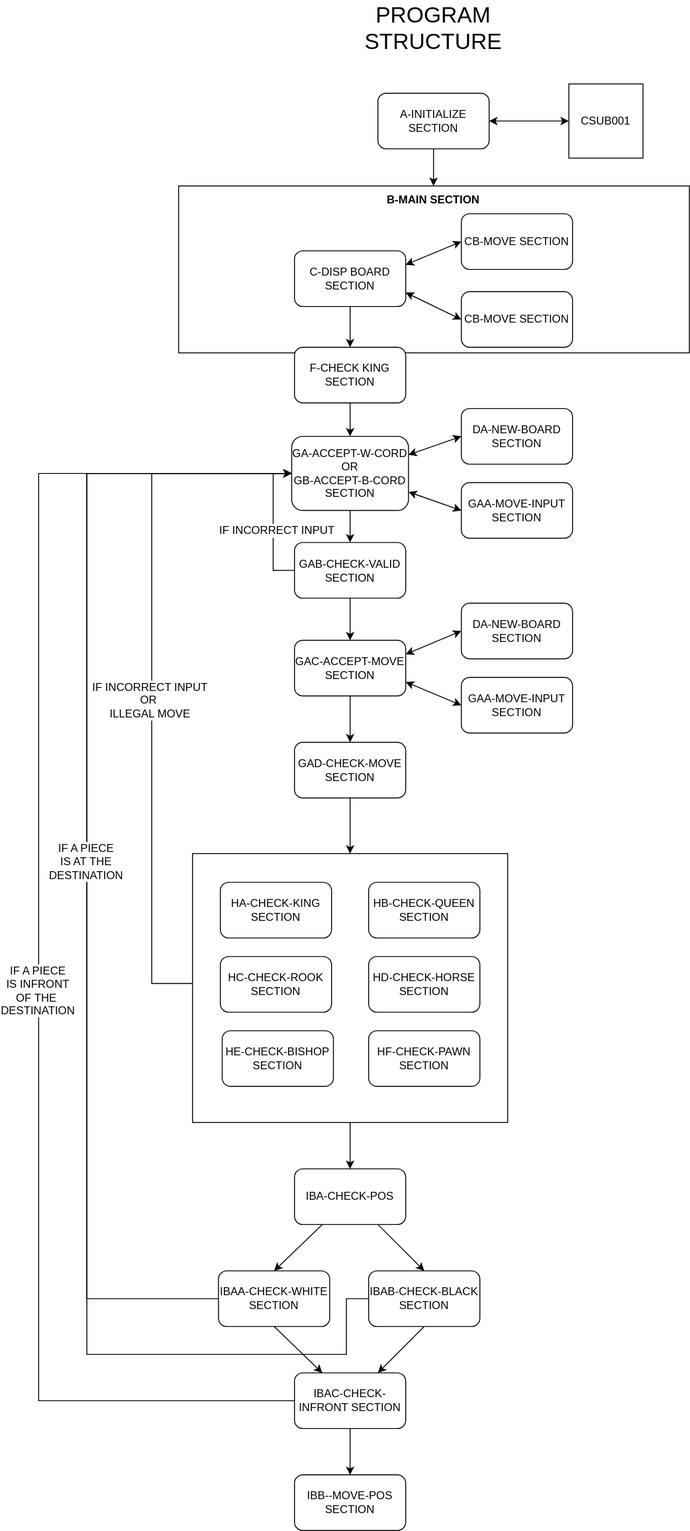
Before: COBOL_Chess_Flow_Chart.drawio.svg, a diagram exported from draw.io (AntonBystedt/COBOL-CHESS). Source tidied: cells renumbered, new cells last; positions are measured from the earlier drawing's top-left corner, leaving out a move shared by most shapes.
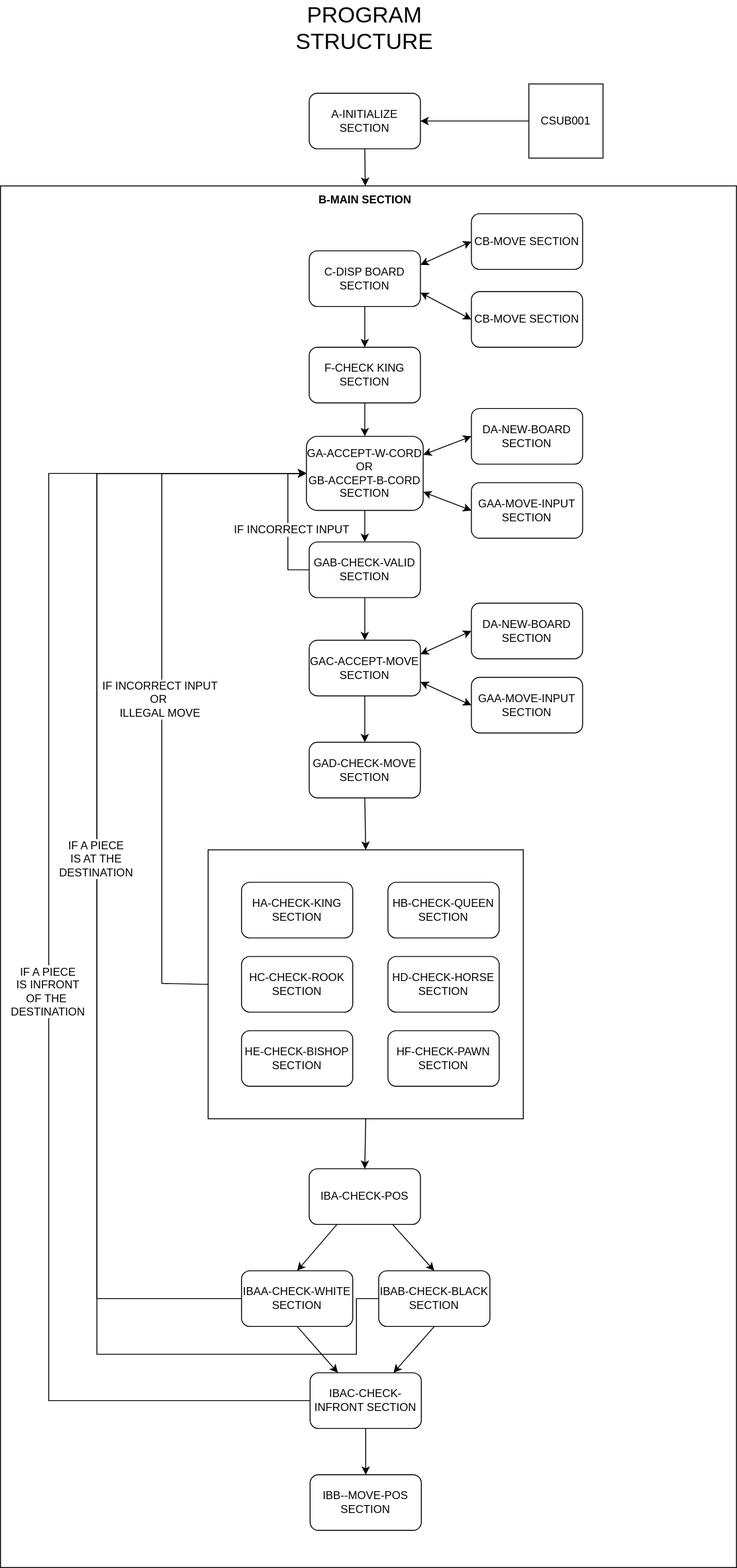
The same file after the commit.

The edit, as a diff of the source:
```diff
@@ -2,6 +2,9 @@
   <root>
     <mxCell id="0" />
     <mxCell id="1" parent="0" />
+    <mxCell id="5" style="rounded=0;whiteSpace=wrap;html=1;glass=0;fillColor=none;" parent="1" vertex="1">
+      <mxGeometry x="-52" y="200" width="794" height="1490" as="geometry" />
+    </mxCell>
     <mxCell id="2" style="edgeStyle=orthogonalEdgeStyle;rounded=0;jettySize=auto;html=1;entryX=0;entryY=0.5;entryDx=0;entryDy=0;fontSize=12;exitX=0;exitY=0.5;exitDx=0;exitDy=0;" parent="1" edge="1" source="4" target="18">
       <mxGeometry relative="1" as="geometry">
         <Array as="points">
@@ -15,16 +18,13 @@
       <mxGeometry x="-0.06" y="3" relative="1" as="geometry" />
     </mxCell>
     <mxCell id="4" style="rounded=0;whiteSpace=wrap;html=1;fontSize=12;" parent="1" vertex="1">
-      <mxGeometry x="166" y="920" width="340" height="290" as="geometry" />
+      <mxGeometry x="172" y="916" width="340" height="290" as="geometry" />
     </mxCell>
-    <mxCell id="5" style="rounded=0;whiteSpace=wrap;html=1;glass=0;fillColor=none;" parent="1" vertex="1">
-      <mxGeometry x="151" y="200" width="551" height="180" as="geometry" />
-    </mxCell>
     <mxCell id="6" value="A-INITIALIZE SECTION" style="rounded=1;whiteSpace=wrap;html=1;" parent="1" vertex="1">
-      <mxGeometry x="366" y="100" width="120" height="60" as="geometry" />
+      <mxGeometry x="281" y="100" width="120" height="60" as="geometry" />
     </mxCell>
     <mxCell id="7" value="&lt;font style=&quot;font-size: 24px;&quot;&gt;PROGRAM STRUCTURE&lt;/font&gt;" style="text;html=1;strokeColor=none;fillColor=none;align=center;verticalAlign=middle;whiteSpace=wrap;rounded=0;" parent="1" vertex="1">
-      <mxGeometry x="314" width="224" height="60" as="geometry" />
+      <mxGeometry x="229" width="224" height="60" as="geometry" />
     </mxCell>
     <mxCell id="8" style="endArrow=classic;startArrow=classic;html=1;rounded=0;entryX=1;entryY=0.5;entryDx=0;entryDy=0;" parent="1" edge="1" target="6">
       <mxGeometry relative="1" as="geometry">
@@ -35,18 +35,16 @@
       </mxGeometry>
     </mxCell>
     <mxCell id="9" value="CSUB001" style="whiteSpace=wrap;html=1;" parent="1" vertex="1">
-      <mxGeometry x="572" y="90" width="80" height="80" as="geometry" />
+      <mxGeometry x="518" y="90" width="80" height="80" as="geometry" />
     </mxCell>
-    <mxCell id="10" style="endArrow=classic;html=1;rounded=0;entryX=0.5;entryY=0;entryDx=0;entryDy=0;exitX=0.5;exitY=1;exitDx=0;exitDy=0;" parent="1" edge="1" source="6">
-      <mxGeometry relative="1" as="geometry">
-        <mxPoint x="426" y="200" as="targetPoint" />
-      </mxGeometry>
+    <mxCell id="10" style="endArrow=classic;html=1;rounded=0;entryX=0.5;entryY=0;entryDx=0;entryDy=0;exitX=0.5;exitY=1;exitDx=0;exitDy=0;" parent="1" edge="1" source="6" target="12">
+      <mxGeometry relative="1" as="geometry" />
     </mxCell>
     <mxCell id="11" value="C-DISP BOARD SECTION" style="rounded=1;whiteSpace=wrap;html=1;" parent="1" vertex="1">
-      <mxGeometry x="276" y="270" width="120" height="60" as="geometry" />
+      <mxGeometry x="281" y="270" width="120" height="60" as="geometry" />
     </mxCell>
     <mxCell id="12" value="&lt;b&gt;B-MAIN SECTION&lt;/b&gt;" style="text;html=1;strokeColor=none;fillColor=none;align=center;verticalAlign=middle;whiteSpace=wrap;rounded=0;" parent="1" vertex="1">
-      <mxGeometry x="156" y="200" width="540" height="30" as="geometry" />
+      <mxGeometry x="-35" y="200" width="753" height="30" as="geometry" />
     </mxCell>
     <mxCell id="13" style="endArrow=classic;startArrow=classic;html=1;rounded=0;entryX=1;entryY=0.75;entryDx=0;entryDy=0;exitX=0;exitY=0.5;exitDx=0;exitDy=0;" parent="1" edge="1" source="14" target="11">
       <mxGeometry relative="1" as="geometry" />
@@ -61,10 +59,10 @@
       <mxGeometry relative="1" as="geometry" />
     </mxCell>
     <mxCell id="17" value="F-CHECK KING SECTION" style="rounded=1;whiteSpace=wrap;html=1;glass=0;" parent="1" vertex="1">
-      <mxGeometry x="276" y="374" width="120" height="60" as="geometry" />
+      <mxGeometry x="281" y="374" width="120" height="60" as="geometry" />
     </mxCell>
     <mxCell id="18" value="GA-ACCEPT-W-CORD OR&lt;br&gt;GB-ACCEPT-B-CORD&lt;br&gt;SECTION" style="rounded=1;whiteSpace=wrap;html=1;glass=0;" parent="1" vertex="1">
-      <mxGeometry x="273" y="470" width="126" height="80" as="geometry" />
+      <mxGeometry x="278" y="470" width="126" height="80" as="geometry" />
     </mxCell>
     <mxCell id="19" value="DA-NEW-BOARD SECTION" style="rounded=1;whiteSpace=wrap;html=1;glass=0;" parent="1" vertex="1">
       <mxGeometry x="456" y="440" width="120" height="60" as="geometry" />
@@ -84,10 +82,8 @@
     <mxCell id="24" style="endArrow=classic;html=1;rounded=0;fontSize=24;entryX=0.5;entryY=0;entryDx=0;entryDy=0;exitX=0.5;exitY=1;exitDx=0;exitDy=0;" parent="1" edge="1" source="17" target="18">
       <mxGeometry relative="1" as="geometry" />
     </mxCell>
-    <mxCell id="25" style="endArrow=classic;html=1;rounded=0;fontSize=24;entryX=0.5;entryY=0;entryDx=0;entryDy=0;exitX=0.5;exitY=1;exitDx=0;exitDy=0;" parent="1" edge="1" source="18">
-      <mxGeometry relative="1" as="geometry">
-        <mxPoint x="336" y="584.5" as="targetPoint" />
-      </mxGeometry>
+    <mxCell id="25" style="endArrow=classic;html=1;rounded=0;fontSize=24;entryX=0.5;entryY=0;entryDx=0;entryDy=0;exitX=0.5;exitY=1;exitDx=0;exitDy=0;" parent="1" edge="1" source="18" target="28">
+      <mxGeometry relative="1" as="geometry" />
     </mxCell>
     <mxCell id="26" style="edgeStyle=orthogonalEdgeStyle;rounded=0;jettySize=auto;html=1;entryX=0;entryY=0.5;entryDx=0;entryDy=0;fontSize=12;exitX=0;exitY=0.5;exitDx=0;exitDy=0;" parent="1" edge="1" source="28" target="18">
       <mxGeometry relative="1" as="geometry" />
@@ -98,13 +94,13 @@
       </mxGeometry>
     </mxCell>
     <mxCell id="28" value="GAB-CHECK-VALID SECTION" style="rounded=1;whiteSpace=wrap;html=1;glass=0;" parent="1" vertex="1">
-      <mxGeometry x="276" y="584.5" width="120" height="60" as="geometry" />
+      <mxGeometry x="281" y="584" width="120" height="60" as="geometry" />
     </mxCell>
     <mxCell id="29" style="endArrow=classic;html=1;rounded=0;fontSize=12;exitX=0.5;exitY=1;exitDx=0;exitDy=0;" parent="1" edge="1" source="28" target="30">
       <mxGeometry relative="1" as="geometry" />
     </mxCell>
     <mxCell id="30" value="GAC-ACCEPT-MOVE SECTION" style="rounded=1;whiteSpace=wrap;html=1;fontSize=12;" parent="1" vertex="1">
-      <mxGeometry x="276" y="690" width="120" height="60" as="geometry" />
+      <mxGeometry x="281" y="690" width="120" height="60" as="geometry" />
     </mxCell>
     <mxCell id="31" value="DA-NEW-BOARD SECTION" style="rounded=1;whiteSpace=wrap;html=1;glass=0;" parent="1" vertex="1">
       <mxGeometry x="456" y="650" width="120" height="60" as="geometry" />
@@ -122,36 +118,34 @@
       <mxGeometry relative="1" as="geometry" />
     </mxCell>
     <mxCell id="36" value="GAD-CHECK-MOVE SECTION" style="rounded=1;whiteSpace=wrap;html=1;fontSize=12;" parent="1" vertex="1">
-      <mxGeometry x="276" y="800" width="120" height="60" as="geometry" />
+      <mxGeometry x="281" y="800" width="120" height="60" as="geometry" />
     </mxCell>
     <mxCell id="37" value="HC-CHECK-ROOK SECTION" style="rounded=1;whiteSpace=wrap;html=1;fontSize=12;" parent="1" vertex="1">
-      <mxGeometry x="196" y="1031" width="120" height="60" as="geometry" />
+      <mxGeometry x="208" y="1031" width="120" height="60" as="geometry" />
     </mxCell>
     <mxCell id="38" value="HD-CHECK-HORSE SECTION" style="rounded=1;whiteSpace=wrap;html=1;fontSize=12;" parent="1" vertex="1">
-      <mxGeometry x="356" y="1031" width="120" height="60" as="geometry" />
+      <mxGeometry x="366" y="1031" width="120" height="60" as="geometry" />
     </mxCell>
     <mxCell id="39" value="HF-CHECK-PAWN SECTION" style="rounded=1;whiteSpace=wrap;html=1;fontSize=12;" parent="1" vertex="1">
-      <mxGeometry x="356" y="1111" width="120" height="60" as="geometry" />
+      <mxGeometry x="366" y="1111" width="120" height="60" as="geometry" />
     </mxCell>
     <mxCell id="40" value="HA-CHECK-KING SECTION" style="rounded=1;whiteSpace=wrap;html=1;fontSize=12;" parent="1" vertex="1">
-      <mxGeometry x="196" y="951" width="120" height="60" as="geometry" />
+      <mxGeometry x="208" y="951" width="120" height="60" as="geometry" />
     </mxCell>
     <mxCell id="41" value="HB-CHECK-QUEEN SECTION" style="rounded=1;whiteSpace=wrap;html=1;fontSize=12;" parent="1" vertex="1">
-      <mxGeometry x="356" y="951" width="120" height="60" as="geometry" />
+      <mxGeometry x="366" y="951" width="120" height="60" as="geometry" />
     </mxCell>
     <mxCell id="42" value="HE-CHECK-BISHOP SECTION" style="rounded=1;whiteSpace=wrap;html=1;fontSize=12;" parent="1" vertex="1">
-      <mxGeometry x="198" y="1111" width="120" height="60" as="geometry" />
+      <mxGeometry x="208" y="1111" width="120" height="60" as="geometry" />
     </mxCell>
     <mxCell id="43" style="endArrow=classic;html=1;rounded=0;fontSize=12;entryX=0.5;entryY=0;entryDx=0;entryDy=0;exitX=0.5;exitY=1;exitDx=0;exitDy=0;" parent="1" edge="1" source="36" target="4">
       <mxGeometry relative="1" as="geometry" />
     </mxCell>
-    <mxCell id="44" style="endArrow=classic;html=1;rounded=0;fontSize=12;exitX=0.5;exitY=1;exitDx=0;exitDy=0;" parent="1" edge="1" source="4">
-      <mxGeometry relative="1" as="geometry">
-        <mxPoint x="336" y="1260" as="targetPoint" />
-      </mxGeometry>
+    <mxCell id="44" style="endArrow=classic;html=1;rounded=0;fontSize=12;exitX=0.5;exitY=1;exitDx=0;exitDy=0;entryX=0.5;entryY=0;entryDx=0;entryDy=0;" parent="1" edge="1" source="4" target="45">
+      <mxGeometry relative="1" as="geometry" />
     </mxCell>
     <mxCell id="45" value="IBA-CHECK-POS" style="rounded=1;whiteSpace=wrap;html=1;fontSize=12;" parent="1" vertex="1">
-      <mxGeometry x="276" y="1260" width="120" height="60" as="geometry" />
+      <mxGeometry x="281" y="1260" width="120" height="60" as="geometry" />
     </mxCell>
     <mxCell id="46" style="endArrow=classic;html=1;rounded=0;fontSize=12;exitX=0.75;exitY=1;exitDx=0;exitDy=0;entryX=0.5;entryY=0;entryDx=0;entryDy=0;" parent="1" edge="1" source="45" target="48">
       <mxGeometry relative="1" as="geometry" />
@@ -171,7 +165,7 @@
       </mxGeometry>
     </mxCell>
     <mxCell id="50" value="IBAA-CHECK-WHITE SECTION" style="rounded=1;whiteSpace=wrap;html=1;fontSize=12;" parent="1" vertex="1">
-      <mxGeometry x="194" y="1370" width="120" height="60" as="geometry" />
+      <mxGeometry x="208" y="1370" width="120" height="60" as="geometry" />
     </mxCell>
     <mxCell id="51" style="endArrow=classic;html=1;rounded=0;fontSize=12;exitX=0;exitY=0.5;exitDx=0;exitDy=0;entryX=0;entryY=0.5;entryDx=0;entryDy=0;" parent="1" edge="1" source="48" target="18">
       <mxGeometry relative="1" as="geometry">
@@ -202,7 +196,7 @@
       <mxGeometry x="-0.07" y="2" relative="1" as="geometry" />
     </mxCell>
     <mxCell id="56" value="IBAC-CHECK-INFRONT SECTION" style="rounded=1;whiteSpace=wrap;html=1;fontSize=12;" parent="1" vertex="1">
-      <mxGeometry x="276" y="1480" width="120" height="60" as="geometry" />
+      <mxGeometry x="282" y="1480" width="120" height="60" as="geometry" />
     </mxCell>
     <mxCell id="57" style="endArrow=classic;html=1;rounded=0;fontSize=12;entryX=0.75;entryY=0;entryDx=0;entryDy=0;exitX=0.5;exitY=1;exitDx=0;exitDy=0;" parent="1" edge="1" source="48" target="56">
       <mxGeometry relative="1" as="geometry" />
@@ -211,7 +205,7 @@
       <mxGeometry relative="1" as="geometry" />
     </mxCell>
     <mxCell id="59" value="IBB--MOVE-POS&lt;br&gt;SECTION" style="rounded=1;whiteSpace=wrap;html=1;fontSize=12;" parent="1" vertex="1">
-      <mxGeometry x="276" y="1590" width="120" height="60" as="geometry" />
+      <mxGeometry x="282" y="1590" width="120" height="60" as="geometry" />
     </mxCell>
   </root>
 </mxGraphModel>
```
